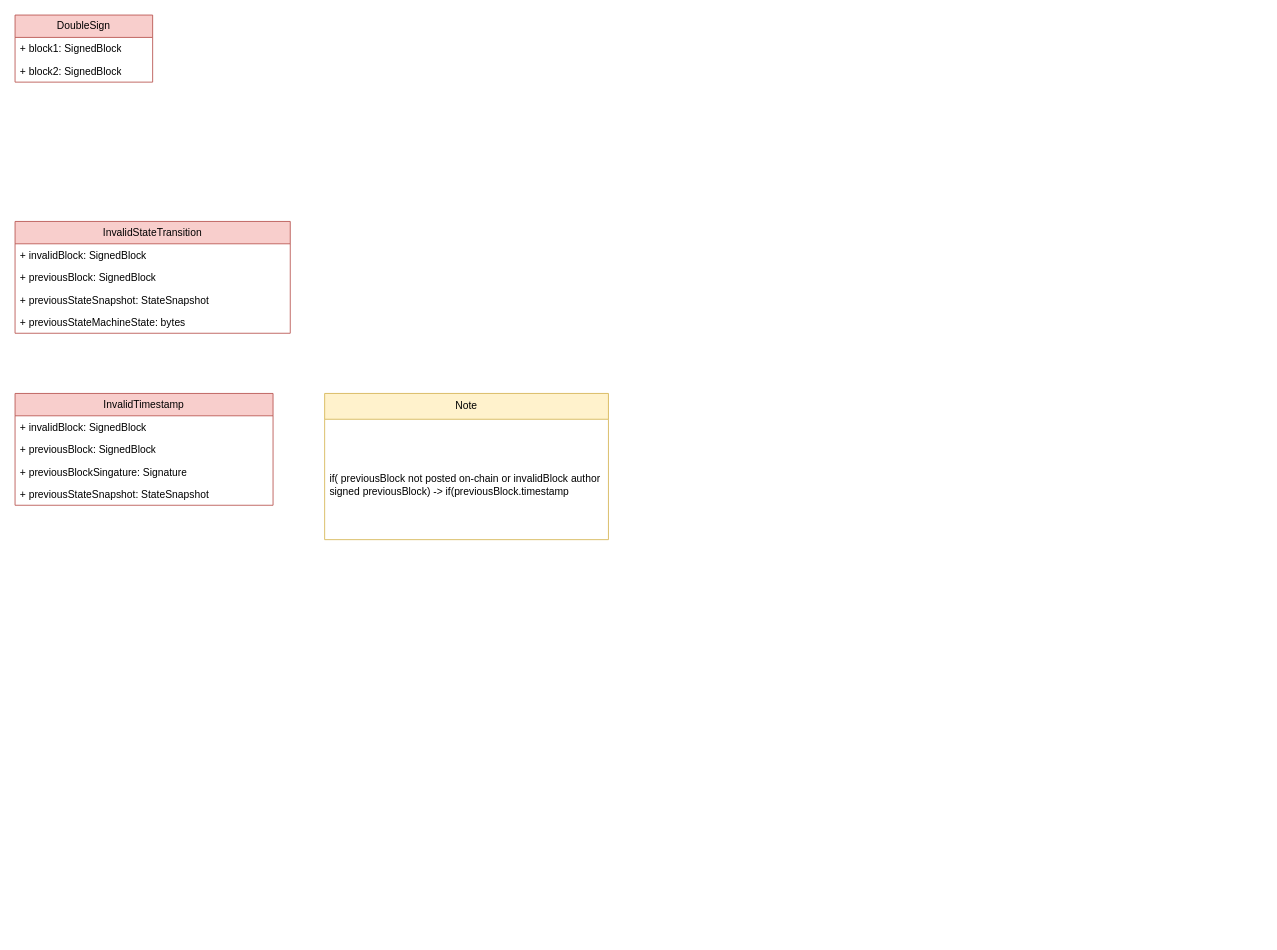
Before: page "Fraud Proofs + Dispute Fraud Proofs" (9 of 9) of diagrams/sdk.drawio in peer3to/state-channels-plus, a draw.io diagram. Source tidied: cells renumbered, new cells numbered last; positions are measured from the earlier drawing's top-left corner, leaving out a move shared by most shapes. Both pictures are drawn from the tidied source at 86%, with x=0, y=0 at pixel (15, 15).
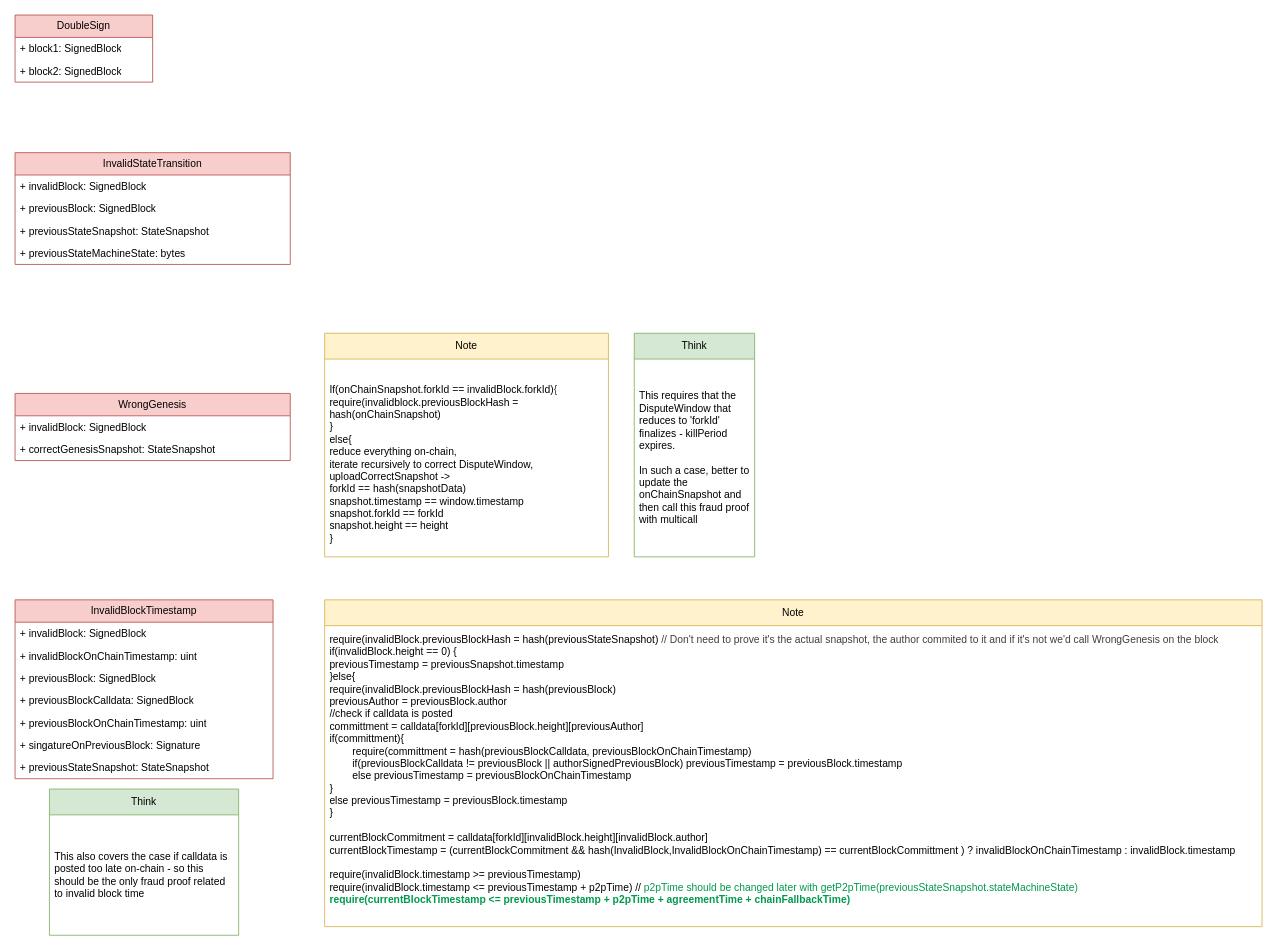
The same diagram, later.

Commit message:
Diagrams - Fraud Proofs initial

What changed in the source:
```diff
@@
     <mxCell id="5" value="InvalidStateTransition" style="swimlane;fontStyle=0;horizontal=1;startSize=26;fillColor=#f8cecc;whiteSpace=wrap;html=1;strokeColor=#b85450;" parent="1" vertex="1">
-      <mxGeometry y="240" width="320" height="130" as="geometry" />
+      <mxGeometry y="160" width="320" height="130" as="geometry" />
     </mxCell>
@@
-    <mxCell id="10" value="InvalidTimestamp" style="swimlane;fontStyle=0;horizontal=1;startSize=26;fillColor=#f8cecc;whiteSpace=wrap;html=1;strokeColor=#b85450;" parent="1" vertex="1">
-      <mxGeometry y="440" width="300" height="130" as="geometry" />
+    <mxCell id="10" value="InvalidBlockTimestamp" style="swimlane;fontStyle=0;horizontal=1;startSize=26;fillColor=#f8cecc;whiteSpace=wrap;html=1;strokeColor=#b85450;" parent="1" vertex="1">
+      <mxGeometry y="680" width="300" height="208" as="geometry" />
     </mxCell>
@@
+    <mxCell id="17" value="+ invalidBlockOnChainTimestamp: uint" style="text;strokeColor=none;fillColor=none;align=left;verticalAlign=top;spacingLeft=4;spacingRight=4;overflow=hidden;whiteSpace=wrap;html=1;" parent="10" vertex="1">
+      <mxGeometry y="52" width="300" height="26" as="geometry" />
+    </mxCell>
     <mxCell id="12" value="+ previousBlock: SignedBlock" style="text;strokeColor=none;fillColor=none;align=left;verticalAlign=top;spacingLeft=4;spacingRight=4;overflow=hidden;whiteSpace=wrap;html=1;" parent="10" vertex="1">
-      <mxGeometry y="52" width="300" height="26" as="geometry" />
+      <mxGeometry y="78" width="300" height="26" as="geometry" />
     </mxCell>
+    <mxCell id="18" value="+ previousBlockCalldata: SignedBlock" style="text;strokeColor=none;fillColor=none;align=left;verticalAlign=top;spacingLeft=4;spacingRight=4;overflow=hidden;whiteSpace=wrap;html=1;" parent="10" vertex="1">
+      <mxGeometry y="104" width="300" height="26" as="geometry" />
+    </mxCell>
+    <mxCell id="19" value="+ previousBlockOnChainTimestamp: uint" style="text;strokeColor=none;fillColor=none;align=left;verticalAlign=top;spacingLeft=4;spacingRight=4;overflow=hidden;whiteSpace=wrap;html=1;" parent="10" vertex="1">
+      <mxGeometry y="130" width="300" height="26" as="geometry" />
+    </mxCell>
-    <mxCell id="13" value="+ previousBlockSingature: Signature" style="text;strokeColor=none;fillColor=none;align=left;verticalAlign=top;spacingLeft=4;spacingRight=4;overflow=hidden;whiteSpace=wrap;html=1;" parent="10" vertex="1">
-      <mxGeometry y="78" width="300" height="26" as="geometry" />
+    <mxCell id="13" value="+ singatureOnPreviousBlock: Signature" style="text;strokeColor=none;fillColor=none;align=left;verticalAlign=top;spacingLeft=4;spacingRight=4;overflow=hidden;whiteSpace=wrap;html=1;" parent="10" vertex="1">
+      <mxGeometry y="156" width="300" height="26" as="geometry" />
     </mxCell>
     <mxCell id="14" value="+ previousStateSnapshot: StateSnapshot" style="text;strokeColor=none;fillColor=none;align=left;verticalAlign=top;spacingLeft=4;spacingRight=4;overflow=hidden;whiteSpace=wrap;html=1;" parent="10" vertex="1">
-      <mxGeometry y="104" width="300" height="26" as="geometry" />
+      <mxGeometry y="182" width="300" height="26" as="geometry" />
     </mxCell>
     <mxCell id="15" value="Note" style="swimlane;fontStyle=0;horizontal=1;startSize=30;whiteSpace=wrap;html=1;fillColor=#fff2cc;strokeColor=#d6b656;" parent="1" vertex="1">
-      <mxGeometry x="360" y="440" width="330" height="170" as="geometry" />
+      <mxGeometry x="360" y="680" width="1090" height="380" as="geometry" />
     </mxCell>
-    <mxCell id="16" value="&lt;br&gt;if( previousBlock not posted on-chain or invalidBlock author signed previousBlock) -&amp;gt; if(previousBlock.timestamp" style="text;strokeColor=none;fillColor=none;align=left;verticalAlign=middle;spacingLeft=4;spacingRight=4;overflow=hidden;whiteSpace=wrap;html=1;" parent="15" vertex="1">
-      <mxGeometry y="30" width="330" height="140" as="geometry" />
+    <mxCell id="16" value="&lt;div&gt;&lt;font style=&quot;scrollbar-color: rgb(226, 226, 226) rgb(251, 251, 251); color: rgb(0, 0, 0);&quot;&gt;require(invalidBlock.previousBlockHash = hash(previousStateSnapshot)&lt;/font&gt;&lt;span style=&quot;color: rgb(63, 63, 63);&quot;&gt;&amp;nbsp;// Don't need to prove it's the actual snapshot, the author commited to it and if it's not we'd call WrongGenesis on the block&lt;/span&gt;&lt;/div&gt;if(invalidBlock.height == 0) {&lt;div&gt;&lt;font style=&quot;color: rgb(0, 0, 0);&quot;&gt;previousTimestamp = previousSnapshot.timestamp&lt;/font&gt;&lt;/div&gt;&lt;div&gt;}else{&lt;/div&gt;&lt;div&gt;&lt;font style=&quot;color: rgb(0, 0, 0);&quot;&gt;require(invalidBlock.previousBlockHash = hash(previousBlock)&lt;/font&gt;&lt;/div&gt;&lt;div&gt;&lt;font style=&quot;color: rgb(0, 0, 0);&quot;&gt;previousAuthor = previousBlock.author&lt;/font&gt;&lt;/div&gt;&lt;div&gt;//check if calldata is posted&amp;nbsp;&lt;br&gt;&lt;font style=&quot;color: rgb(0, 0, 0);&quot;&gt;committment = calldata[forkId][previousBlock.height][previousAuthor]&lt;/font&gt;&lt;/div&gt;&lt;div&gt;&lt;font style=&quot;color: rgb(0, 0, 0);&quot;&gt;&lt;font color=&quot;#000000&quot;&gt;if(committment){&lt;/font&gt;&lt;/font&gt;&lt;/div&gt;&lt;div&gt;&lt;font&gt;&lt;font style=&quot;color: rgb(0, 0, 0);&quot;&gt;&lt;span style=&quot;white-space: pre;&quot;&gt;&#9;&lt;/span&gt;require(committment = hash(previousBlockCalldata, previousBlockOnChainTimestamp)&lt;/font&gt;&lt;/font&gt;&lt;/div&gt;&lt;div&gt;&lt;font&gt;&lt;font style=&quot;color: rgb(0, 0, 0);&quot;&gt;&lt;span style=&quot;white-space: pre;&quot;&gt;&#9;&lt;/span&gt;if(previousBlockCalldata != previousBlock || authorSignedPreviousBlock) previousTimestamp = previousBlock.timestamp&lt;br&gt;&lt;/font&gt;&lt;/font&gt;&lt;/div&gt;&lt;div&gt;&lt;font&gt;&lt;font style=&quot;color: rgb(0, 0, 0);&quot;&gt;&lt;span style=&quot;white-space: pre;&quot;&gt;&#9;&lt;/span&gt;else previousTimestamp = previousBlockOnChainTimestamp&lt;br&gt;&lt;/font&gt;&lt;/font&gt;&lt;/div&gt;&lt;div&gt;&lt;font style=&quot;color: rgb(0, 0, 0);&quot;&gt;}&lt;/font&gt;&lt;/div&gt;&lt;div&gt;&lt;font style=&quot;color: rgb(0, 0, 0);&quot;&gt;else previousTimestamp = previousBlock.timestamp&lt;/font&gt;&lt;/div&gt;&lt;div&gt;}&lt;/div&gt;&lt;div&gt;&lt;br&gt;&lt;/div&gt;&lt;div&gt;&lt;font style=&quot;color: rgb(0, 0, 0);&quot;&gt;currentBlockCommitment = calldata[forkId][invalidBlock.height][invalidBlock.author]&lt;/font&gt;&lt;/div&gt;&lt;div&gt;&lt;font style=&quot;color: rgb(0, 0, 0);&quot;&gt;currentBlockTimestamp = (currentBlockCommitment &amp;amp;&amp;amp; hash(InvalidBlock,InvalidBlockOnChainTimestamp) == currentBlockCommittment ) ? invalidBlockOnChainTimestamp : invalidBlock.timestamp&lt;/font&gt;&lt;/div&gt;&lt;div&gt;&lt;font style=&quot;color: rgb(0, 0, 0);&quot;&gt;&amp;nbsp;&lt;br&gt;require(invalidBlock.timestamp &amp;gt;= previousTimestamp)&lt;/font&gt;&lt;/div&gt;&lt;div&gt;&lt;font style=&quot;color: rgb(0, 0, 0);&quot;&gt;require(invalidBlock.timestamp &amp;lt;= previousTimestamp + p2pTime)&lt;/font&gt; // &lt;font style=&quot;color: rgb(0, 153, 77);&quot;&gt;p2pTime should be changed later with getP2pTime(previousStateSnapshot.stateMachineState)&lt;/font&gt;&lt;/div&gt;&lt;div&gt;&lt;font color=&quot;#00994d&quot;&gt;&lt;b&gt;require(currentBlockTimestamp &amp;lt;= previousTimestamp + p2pTime + agreementTime + chainFallbackTime)&amp;nbsp;&lt;/b&gt;&lt;br&gt;&lt;/font&gt;&lt;br&gt;&lt;/div&gt;" style="text;strokeColor=none;fillColor=none;align=left;verticalAlign=middle;spacingLeft=4;spacingRight=4;overflow=hidden;whiteSpace=wrap;html=1;" parent="15" vertex="1">
+      <mxGeometry y="30" width="1090" height="350" as="geometry" />
     </mxCell>
+    <mxCell id="20" value="WrongGenesis" style="swimlane;fontStyle=0;horizontal=1;startSize=26;fillColor=#f8cecc;whiteSpace=wrap;html=1;strokeColor=#b85450;" parent="1" vertex="1">
+      <mxGeometry y="440" width="320" height="78" as="geometry" />
+    </mxCell>
+    <mxCell id="21" value="+ invalidBlock: SignedBlock" style="text;strokeColor=none;fillColor=none;align=left;verticalAlign=top;spacingLeft=4;spacingRight=4;overflow=hidden;whiteSpace=wrap;html=1;" parent="20" vertex="1">
+      <mxGeometry y="26" width="320" height="26" as="geometry" />
+    </mxCell>
+    <mxCell id="22" value="+ correctGenesisSnapshot: StateSnapshot" style="text;strokeColor=none;fillColor=none;align=left;verticalAlign=top;spacingLeft=4;spacingRight=4;overflow=hidden;whiteSpace=wrap;html=1;" parent="20" vertex="1">
+      <mxGeometry y="52" width="320" height="26" as="geometry" />
+    </mxCell>
+    <mxCell id="23" value="Note" style="swimlane;fontStyle=0;horizontal=1;startSize=30;whiteSpace=wrap;html=1;fillColor=#fff2cc;strokeColor=#d6b656;" parent="1" vertex="1">
+      <mxGeometry x="360" y="370" width="330" height="260" as="geometry" />
+    </mxCell>
+    <mxCell id="24" value="&lt;br&gt;&lt;span class=&quot;cf0&quot;&gt;If(&lt;/span&gt;&lt;span class=&quot;cf0&quot;&gt;onChainSnapshot.forkId&lt;/span&gt;&lt;span class=&quot;cf0&quot;&gt; == &lt;/span&gt;&lt;span class=&quot;cf0&quot;&gt;invalidBlock.forkId&lt;/span&gt;&lt;span class=&quot;cf0&quot;&gt;)&lt;/span&gt;&lt;span style=&quot;color: rgb(63, 63, 63); background-color: transparent;&quot;&gt;{&amp;nbsp;&lt;/span&gt;&lt;div&gt;&lt;span class=&quot;cf0&quot;&gt;require(invalidblock.previousBlockHash = hash(onChainSnapshot)&lt;/span&gt;&lt;/div&gt;&lt;div&gt;&lt;span class=&quot;cf0&quot;&gt;}&lt;/span&gt;&lt;/div&gt;&lt;div&gt;&lt;span class=&quot;cf0&quot;&gt;else{&lt;/span&gt;&lt;/div&gt;&lt;div&gt;&lt;span class=&quot;cf0&quot;&gt;reduce everything on-chain,&lt;/span&gt;&lt;/div&gt;&lt;div&gt;&lt;span class=&quot;cf0&quot;&gt;iterate recursively to correct &lt;/span&gt;&lt;span class=&quot;cf0&quot;&gt;DisputeWindow&lt;/span&gt;&lt;span class=&quot;cf0&quot;&gt;,&amp;nbsp;&lt;/span&gt;&lt;/div&gt;&lt;div&gt;&lt;span class=&quot;cf0&quot;&gt;uploadCorrectSnapshot&lt;/span&gt;&lt;span class=&quot;cf0&quot;&gt; -&amp;gt;&amp;nbsp;&lt;/span&gt;&lt;/div&gt;&lt;div&gt;&lt;span class=&quot;cf0&quot;&gt;forkId&lt;/span&gt;&lt;span class=&quot;cf0&quot;&gt; == hash(&lt;/span&gt;&lt;span class=&quot;cf0&quot;&gt;snapshotData&lt;/span&gt;&lt;span class=&quot;cf0&quot;&gt;)&lt;/span&gt;&lt;/div&gt;&lt;div&gt;&lt;span class=&quot;cf0&quot;&gt;snapshot.timestamp&lt;/span&gt;&lt;span class=&quot;cf0&quot;&gt; == &lt;/span&gt;&lt;span class=&quot;cf0&quot;&gt;window.timestamp&lt;/span&gt;&lt;/div&gt;&lt;div&gt;&lt;span class=&quot;cf0&quot;&gt;snapshot.forkId&lt;/span&gt;&lt;span class=&quot;cf0&quot;&gt; == &lt;/span&gt;&lt;span class=&quot;cf0&quot;&gt;forkId&lt;/span&gt;&lt;/div&gt;&lt;div&gt;&lt;span class=&quot;cf0&quot;&gt;snapshot.height&lt;/span&gt;&lt;span class=&quot;cf0&quot;&gt; == height&lt;/span&gt;&lt;/div&gt;&lt;div&gt;&lt;span class=&quot;cf0&quot;&gt;}&lt;/span&gt;&lt;/div&gt;" style="text;strokeColor=none;fillColor=none;align=left;verticalAlign=middle;spacingLeft=4;spacingRight=4;overflow=hidden;whiteSpace=wrap;html=1;" parent="23" vertex="1">
+      <mxGeometry y="30" width="330" height="230" as="geometry" />
+    </mxCell>
+    <mxCell id="25" value="Think" style="swimlane;fontStyle=0;horizontal=1;startSize=30;whiteSpace=wrap;html=1;fillColor=#d5e8d4;strokeColor=#82b366;" parent="1" vertex="1">
+      <mxGeometry x="720" y="370" width="140" height="260" as="geometry" />
+    </mxCell>
+    <mxCell id="26" value="This requires that the DisputeWindow that reduces to 'forkId' finalizes - killPeriod expires.&amp;nbsp;&lt;br&gt;&lt;br&gt;In such a case, better to update the onChainSnapshot and then call this fraud proof with multicall" style="text;strokeColor=none;fillColor=none;align=left;verticalAlign=middle;spacingLeft=4;spacingRight=4;overflow=hidden;whiteSpace=wrap;html=1;" parent="25" vertex="1">
+      <mxGeometry y="30" width="140" height="230" as="geometry" />
+    </mxCell>
+    <mxCell id="27" value="Think" style="swimlane;fontStyle=0;horizontal=1;startSize=30;whiteSpace=wrap;html=1;fillColor=#d5e8d4;strokeColor=#82b366;" parent="1" vertex="1">
+      <mxGeometry x="40" y="900" width="220" height="170" as="geometry" />
+    </mxCell>
+    <mxCell id="28" value="This also covers the case if calldata is posted too late on-chain - so this should be the only fraud proof related to invalid block time" style="text;strokeColor=none;fillColor=none;align=left;verticalAlign=middle;spacingLeft=4;spacingRight=4;overflow=hidden;whiteSpace=wrap;html=1;" parent="27" vertex="1">
+      <mxGeometry y="30" width="220" height="140" as="geometry" />
+    </mxCell>
```
